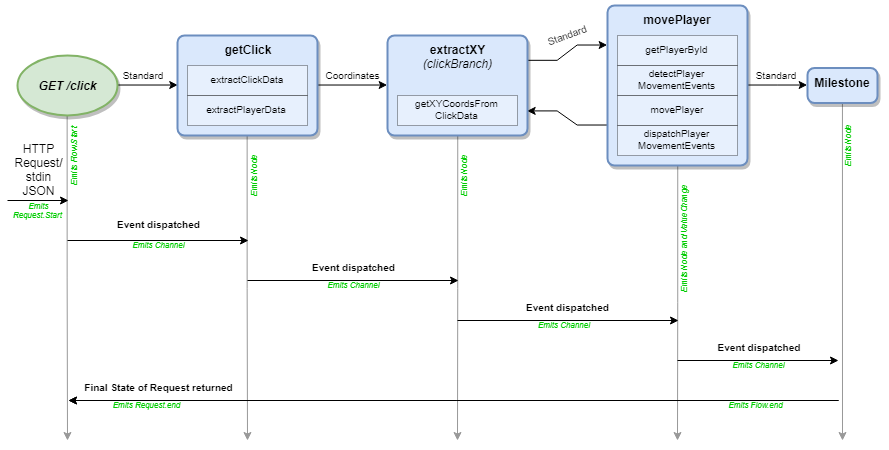
Above: docs/images/Timeline.png in Emblem21-OpenSource/flownote (draw.io), before the change. Source tidied: cells renumbered, new cells last; positions are measured from the earlier drawing's top-left corner, leaving out a move shared by most shapes.
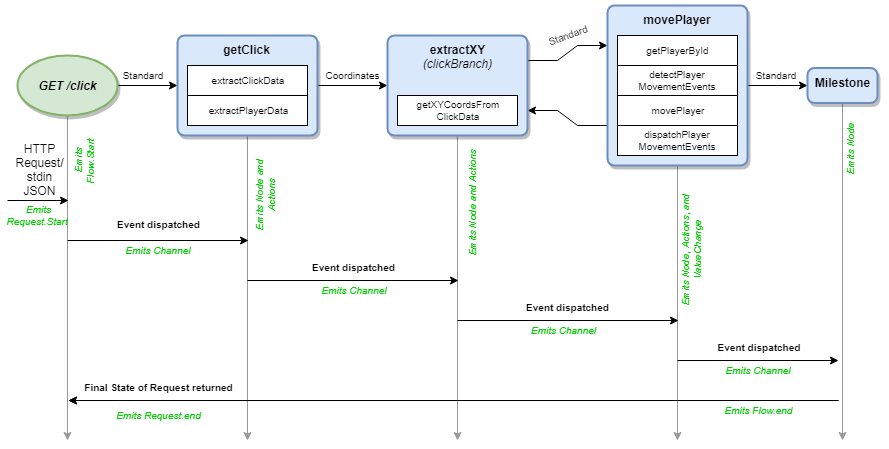
The same file after the commit.

The edit, as a diff of the source:
```diff
@@ -27,10 +27,10 @@
     <mxCell id="8" value="getClick" style="rounded=1;whiteSpace=wrap;html=1;absoluteArcSize=1;arcSize=14;strokeWidth=2;verticalAlign=top;fontStyle=1;fillColor=#dae8fc;strokeColor=#6c8ebf;shadow=1;" parent="1" vertex="1">
       <mxGeometry x="170" y="35" width="140" height="100" as="geometry" />
     </mxCell>
-    <mxCell id="9" value="extractClickData" style="rounded=0;whiteSpace=wrap;html=1;strokeWidth=1;fontSize=10;opacity=35;" parent="1" vertex="1">
+    <mxCell id="9" value="extractClickData" style="rounded=0;whiteSpace=wrap;html=1;strokeWidth=1;fontSize=10;" parent="1" vertex="1">
       <mxGeometry x="180" y="65" width="120" height="30" as="geometry" />
     </mxCell>
-    <mxCell id="10" value="extractPlayerData" style="rounded=0;whiteSpace=wrap;html=1;strokeWidth=1;fontSize=10;opacity=35;" parent="1" vertex="1">
+    <mxCell id="10" value="extractPlayerData" style="rounded=0;whiteSpace=wrap;html=1;strokeWidth=1;fontSize=10;" parent="1" vertex="1">
       <mxGeometry x="180" y="95" width="120" height="30" as="geometry" />
     </mxCell>
     <mxCell id="11" style="edgeStyle=entityRelationEdgeStyle;rounded=0;jettySize=auto;html=1;exitX=1;exitY=0.25;exitDx=0;exitDy=0;entryX=0;entryY=0.25;entryDx=0;entryDy=0;fontSize=10;" parent="1" edge="1" source="14" target="18">
@@ -47,7 +47,7 @@
     <mxCell id="14" value="extractXY&lt;br&gt;&lt;i style=&quot;font-weight: normal&quot;&gt;(clickBranch)&lt;/i&gt;&lt;br&gt;" style="rounded=1;whiteSpace=wrap;html=1;absoluteArcSize=1;arcSize=14;strokeWidth=2;verticalAlign=top;fontStyle=1;fillColor=#dae8fc;strokeColor=#6c8ebf;shadow=1;" parent="1" vertex="1">
       <mxGeometry x="380" y="35" width="140" height="100" as="geometry" />
     </mxCell>
-    <mxCell id="15" value="getXYCoordsFrom&lt;br&gt;ClickData" style="rounded=0;whiteSpace=wrap;html=1;strokeWidth=1;fontSize=10;opacity=35;" parent="1" vertex="1">
+    <mxCell id="15" value="getXYCoordsFrom&lt;br&gt;ClickData" style="rounded=0;whiteSpace=wrap;html=1;strokeWidth=1;fontSize=10;" parent="1" vertex="1">
       <mxGeometry x="390" y="95" width="120" height="30" as="geometry" />
     </mxCell>
     <mxCell id="16" style="edgeStyle=entityRelationEdgeStyle;rounded=0;jettySize=auto;html=1;exitX=1;exitY=0.5;exitDx=0;exitDy=0;entryX=0;entryY=0.5;entryDx=0;entryDy=0;startArrow=none;startFill=0;endArrow=classic;endFill=1;fontSize=10;" parent="1" edge="1" source="18" target="27">
@@ -61,16 +61,16 @@
     <mxCell id="18" value="movePlayer&lt;br&gt;&lt;br&gt;" style="rounded=1;whiteSpace=wrap;html=1;absoluteArcSize=1;arcSize=14;strokeWidth=2;verticalAlign=top;fontStyle=1;fillColor=#dae8fc;strokeColor=#6c8ebf;shadow=1;" parent="1" vertex="1">
       <mxGeometry x="600" y="5" width="140" height="160" as="geometry" />
     </mxCell>
-    <mxCell id="19" value="detectPlayer&lt;br&gt;MovementEvents" style="rounded=0;whiteSpace=wrap;html=1;strokeWidth=1;fontSize=10;opacity=35;" parent="1" vertex="1">
+    <mxCell id="19" value="detectPlayer&lt;br&gt;MovementEvents" style="rounded=0;whiteSpace=wrap;html=1;strokeWidth=1;fontSize=10;" parent="1" vertex="1">
       <mxGeometry x="610" y="65" width="120" height="30" as="geometry" />
     </mxCell>
-    <mxCell id="20" value="getPlayerById" style="rounded=0;whiteSpace=wrap;html=1;strokeWidth=1;fontSize=10;opacity=35;" parent="1" vertex="1">
+    <mxCell id="20" value="getPlayerById" style="rounded=0;whiteSpace=wrap;html=1;strokeWidth=1;fontSize=10;" parent="1" vertex="1">
       <mxGeometry x="610" y="35" width="120" height="30" as="geometry" />
     </mxCell>
-    <mxCell id="21" value="movePlayer" style="rounded=0;whiteSpace=wrap;html=1;strokeWidth=1;fontSize=10;opacity=35;" parent="1" vertex="1">
+    <mxCell id="21" value="movePlayer" style="rounded=0;whiteSpace=wrap;html=1;strokeWidth=1;fontSize=10;" parent="1" vertex="1">
       <mxGeometry x="610" y="95" width="120" height="30" as="geometry" />
     </mxCell>
-    <mxCell id="22" value="dispatchPlayer&lt;br&gt;MovementEvents" style="rounded=0;whiteSpace=wrap;html=1;strokeWidth=1;fontSize=10;opacity=35;" parent="1" vertex="1">
+    <mxCell id="22" value="dispatchPlayer&lt;br&gt;MovementEvents" style="rounded=0;whiteSpace=wrap;html=1;strokeWidth=1;fontSize=10;" parent="1" vertex="1">
       <mxGeometry x="610" y="125" width="120" height="30" as="geometry" />
     </mxCell>
     <mxCell id="23" value="Standard" style="text;html=1;strokeColor=none;fillColor=none;align=center;verticalAlign=middle;whiteSpace=wrap;rounded=0;shadow=1;fontSize=10;" parent="1" vertex="1">
@@ -138,35 +138,29 @@
     <mxCell id="36" value="HTTP&lt;br&gt;Request/&lt;br&gt;stdin&lt;br&gt;JSON&lt;br&gt;" style="text;html=1;strokeColor=none;fillColor=none;align=center;verticalAlign=middle;whiteSpace=wrap;rounded=0;fontColor=none;" parent="1" vertex="1">
       <mxGeometry x="1" y="145" width="61" height="50" as="geometry" />
     </mxCell>
-    <mxCell id="37" value="Emits Flow.Start&amp;nbsp;&lt;br style=&quot;font-size: 8px;&quot;&gt;" style="text;html=1;strokeColor=none;fillColor=none;align=center;verticalAlign=middle;whiteSpace=wrap;rounded=0;fontColor=#00CC00;fontSize=8;rotation=-90;fontStyle=2;" parent="1" vertex="1">
-      <mxGeometry x="31.5" y="150" width="71" height="10" as="geometry" />
+    <mxCell id="37" value="Emits Flow.Start&amp;nbsp;&lt;br style=&quot;font-size: 10px;&quot;&gt;" style="text;html=1;strokeColor=none;fillColor=none;align=center;verticalAlign=middle;whiteSpace=wrap;rounded=0;fontColor=#00CC00;fontSize=10;rotation=-90;fontStyle=2;" parent="1" vertex="1">
+      <mxGeometry x="41" y="145" width="71" height="28" as="geometry" />
     </mxCell>
-    <mxCell id="38" value="Emits Request.Start&amp;nbsp;&lt;br style=&quot;font-size: 8px;&quot;&gt;" style="text;html=1;strokeColor=none;fillColor=none;align=center;verticalAlign=middle;whiteSpace=wrap;rounded=0;fontColor=#00CC00;fontSize=8;fontStyle=2;" parent="1" vertex="1">
-      <mxGeometry x="1" y="202.5" width="61" height="15" as="geometry" />
+    <mxCell id="38" value="Emits Request.Start&amp;nbsp;&lt;br style=&quot;font-size: 10px;&quot;&gt;" style="text;html=1;strokeColor=none;fillColor=none;align=center;verticalAlign=middle;whiteSpace=wrap;rounded=0;fontColor=#00CC00;fontSize=10;fontStyle=2;" parent="1" vertex="1">
+      <mxGeometry x="1" y="200" width="61" height="30" as="geometry" />
     </mxCell>
-    <mxCell id="39" value="Emits Channel&lt;br style=&quot;font-size: 8px&quot;&gt;" style="text;html=1;strokeColor=none;fillColor=none;align=center;verticalAlign=middle;whiteSpace=wrap;rounded=0;fontColor=#00CC00;fontSize=8;fontStyle=2;" parent="1" vertex="1">
-      <mxGeometry x="241" y="280" width="210" height="10" as="geometry" />
+    <mxCell id="39" value="Emits Channel&lt;br style=&quot;font-size: 10px;&quot;&gt;" style="text;html=1;strokeColor=none;fillColor=none;align=center;verticalAlign=middle;whiteSpace=wrap;rounded=0;fontColor=#00CC00;fontSize=10;fontStyle=2;" parent="1" vertex="1">
+      <mxGeometry x="241" y="280" width="210" height="20" as="geometry" />
     </mxCell>
-    <mxCell id="40" value="Emits Channel&lt;br style=&quot;font-size: 8px&quot;&gt;" style="text;html=1;strokeColor=none;fillColor=none;align=center;verticalAlign=middle;whiteSpace=wrap;rounded=0;fontColor=#00CC00;fontSize=8;fontStyle=2;" parent="1" vertex="1">
-      <mxGeometry x="450" y="320" width="211" height="10" as="geometry" />
+    <mxCell id="40" value="Emits Channel&lt;br style=&quot;font-size: 10px;&quot;&gt;" style="text;html=1;strokeColor=none;fillColor=none;align=center;verticalAlign=middle;whiteSpace=wrap;rounded=0;fontColor=#00CC00;fontSize=10;fontStyle=2;" parent="1" vertex="1">
+      <mxGeometry x="450" y="320" width="211" height="20" as="geometry" />
     </mxCell>
-    <mxCell id="41" value="Emits Channel&lt;br style=&quot;font-size: 8px&quot;&gt;" style="text;html=1;strokeColor=none;fillColor=none;align=center;verticalAlign=middle;whiteSpace=wrap;rounded=0;fontColor=#00CC00;fontSize=8;fontStyle=2;" parent="1" vertex="1">
-      <mxGeometry x="670" y="360" width="161" height="10" as="geometry" />
+    <mxCell id="41" value="Emits Channel&lt;br style=&quot;font-size: 10px;&quot;&gt;" style="text;html=1;strokeColor=none;fillColor=none;align=center;verticalAlign=middle;whiteSpace=wrap;rounded=0;fontColor=#00CC00;fontSize=10;fontStyle=2;" parent="1" vertex="1">
+      <mxGeometry x="670" y="360" width="161" height="20" as="geometry" />
     </mxCell>
-    <mxCell id="42" value="Emits Channel&lt;br style=&quot;font-size: 8px&quot;&gt;" style="text;html=1;strokeColor=none;fillColor=none;align=center;verticalAlign=middle;whiteSpace=wrap;rounded=0;fontColor=#00CC00;fontSize=8;fontStyle=2;" parent="1" vertex="1">
-      <mxGeometry x="60" y="240" width="181" height="10" as="geometry" />
+    <mxCell id="42" value="Emits Channel&lt;br style=&quot;font-size: 10px;&quot;&gt;" style="text;html=1;strokeColor=none;fillColor=none;align=center;verticalAlign=middle;whiteSpace=wrap;rounded=0;fontColor=#00CC00;fontSize=10;fontStyle=2;" parent="1" vertex="1">
+      <mxGeometry x="60" y="240" width="181" height="20" as="geometry" />
     </mxCell>
-    <mxCell id="43" value="Emits Node&lt;br style=&quot;font-size: 8px&quot;&gt;" style="text;html=1;strokeColor=none;fillColor=none;align=center;verticalAlign=middle;whiteSpace=wrap;rounded=0;fontColor=#00CC00;fontSize=8;rotation=-90;fontStyle=2;" parent="1" vertex="1">
-      <mxGeometry x="211" y="170" width="71" height="10" as="geometry" />
+    <mxCell id="43" value="Emits Node and Actions&lt;br style=&quot;font-size: 10px;&quot;&gt;" style="text;html=1;strokeColor=none;fillColor=none;align=center;verticalAlign=middle;whiteSpace=wrap;rounded=0;fontColor=#00CC00;fontSize=10;rotation=-90;fontStyle=2;" parent="1" vertex="1">
+      <mxGeometry x="206" y="176" width="104" height="35" as="geometry" />
     </mxCell>
-    <mxCell id="44" value="Emits Node&lt;br style=&quot;font-size: 8px&quot;&gt;" style="text;html=1;strokeColor=none;fillColor=none;align=center;verticalAlign=middle;whiteSpace=wrap;rounded=0;fontColor=#00CC00;fontSize=8;rotation=-90;fontStyle=2;" parent="1" vertex="1">
-      <mxGeometry x="421" y="170" width="71" height="10" as="geometry" />
-    </mxCell>
-    <mxCell id="45" value="Emits Node and ValueChange&lt;br style=&quot;font-size: 8px&quot;&gt;" style="text;html=1;strokeColor=none;fillColor=none;align=center;verticalAlign=middle;whiteSpace=wrap;rounded=0;fontColor=#00CC00;fontSize=8;rotation=-90;fontStyle=2;" parent="1" vertex="1">
-      <mxGeometry x="611" y="233" width="131" height="10" as="geometry" />
-    </mxCell>
-    <mxCell id="46" value="Emits Node&lt;br style=&quot;font-size: 8px&quot;&gt;" style="text;html=1;strokeColor=none;fillColor=none;align=center;verticalAlign=middle;whiteSpace=wrap;rounded=0;fontColor=#00CC00;fontSize=8;rotation=-90;fontStyle=2;" parent="1" vertex="1">
-      <mxGeometry x="805" y="140" width="71" height="10" as="geometry" />
+    <mxCell id="46" value="Emits Node&lt;br style=&quot;font-size: 10px;&quot;&gt;" style="text;html=1;strokeColor=none;fillColor=none;align=center;verticalAlign=middle;whiteSpace=wrap;rounded=0;fontColor=#00CC00;fontSize=10;rotation=-90;fontStyle=2;" parent="1" vertex="1">
+      <mxGeometry x="807" y="140" width="71" height="18" as="geometry" />
     </mxCell>
     <mxCell id="47" value="Event dispatched" style="text;html=1;strokeColor=none;fillColor=none;align=center;verticalAlign=middle;whiteSpace=wrap;rounded=0;fontSize=10;fontColor=#000000;fontStyle=1;" parent="1" vertex="1">
       <mxGeometry x="61" y="210" width="180" height="27" as="geometry" />
@@ -180,14 +174,20 @@
     <mxCell id="50" value="Event dispatched" style="text;html=1;strokeColor=none;fillColor=none;align=center;verticalAlign=middle;whiteSpace=wrap;rounded=0;fontSize=10;fontColor=#000000;fontStyle=1;" parent="1" vertex="1">
       <mxGeometry x="671" y="333" width="160" height="27" as="geometry" />
     </mxCell>
-    <mxCell id="51" value="Emits Flow.end&lt;br style=&quot;font-size: 8px&quot;&gt;" style="text;html=1;strokeColor=none;fillColor=none;align=center;verticalAlign=middle;whiteSpace=wrap;rounded=0;fontColor=#00CC00;fontSize=8;rotation=0;fontStyle=2;" parent="1" vertex="1">
-      <mxGeometry x="712" y="400" width="71" height="10" as="geometry" />
+    <mxCell id="51" value="Emits Flow.end&lt;br style=&quot;font-size: 10px;&quot;&gt;" style="text;html=1;strokeColor=none;fillColor=none;align=center;verticalAlign=middle;whiteSpace=wrap;rounded=0;fontColor=#00CC00;fontSize=10;rotation=0;fontStyle=2;" parent="1" vertex="1">
+      <mxGeometry x="671" y="400" width="160" height="20" as="geometry" />
     </mxCell>
-    <mxCell id="52" value="Emits Request.end&lt;br style=&quot;font-size: 8px&quot;&gt;" style="text;html=1;strokeColor=none;fillColor=none;align=center;verticalAlign=middle;whiteSpace=wrap;rounded=0;fontColor=#00CC00;fontSize=8;rotation=0;fontStyle=2;" parent="1" vertex="1">
-      <mxGeometry x="102.5" y="400" width="71" height="10" as="geometry" />
+    <mxCell id="52" value="Emits Request.end&lt;br style=&quot;font-size: 10px;&quot;&gt;" style="text;html=1;strokeColor=none;fillColor=none;align=center;verticalAlign=middle;whiteSpace=wrap;rounded=0;fontColor=#00CC00;fontSize=10;rotation=0;fontStyle=2;" parent="1" vertex="1">
+      <mxGeometry x="61" y="400" width="180" height="30" as="geometry" />
     </mxCell>
     <mxCell id="53" value="Final State of Request returned" style="text;html=1;strokeColor=none;fillColor=none;align=center;verticalAlign=middle;whiteSpace=wrap;rounded=0;fontSize=10;fontColor=#000000;fontStyle=1;" parent="1" vertex="1">
       <mxGeometry x="61" y="373" width="180" height="27" as="geometry" />
     </mxCell>
+    <mxCell id="54" value="Emits Node and Actions&lt;br style=&quot;font-size: 10px;&quot;&gt;" style="text;html=1;strokeColor=none;fillColor=none;align=center;verticalAlign=middle;whiteSpace=wrap;rounded=0;fontColor=#00CC00;fontSize=10;rotation=-90;fontStyle=2;" parent="1" vertex="1">
+      <mxGeometry x="394" y="187" width="140" height="29" as="geometry" />
+    </mxCell>
+    <mxCell id="55" value="Emits Node, Actions, and ValueChange&lt;br style=&quot;font-size: 10px;&quot;&gt;" style="text;html=1;strokeColor=none;fillColor=none;align=center;verticalAlign=middle;whiteSpace=wrap;rounded=0;fontColor=#00CC00;fontSize=10;rotation=-90;fontStyle=2;" parent="1" vertex="1">
+      <mxGeometry x="607" y="233" width="154" height="32" as="geometry" />
+    </mxCell>
   </root>
 </mxGraphModel>
```
